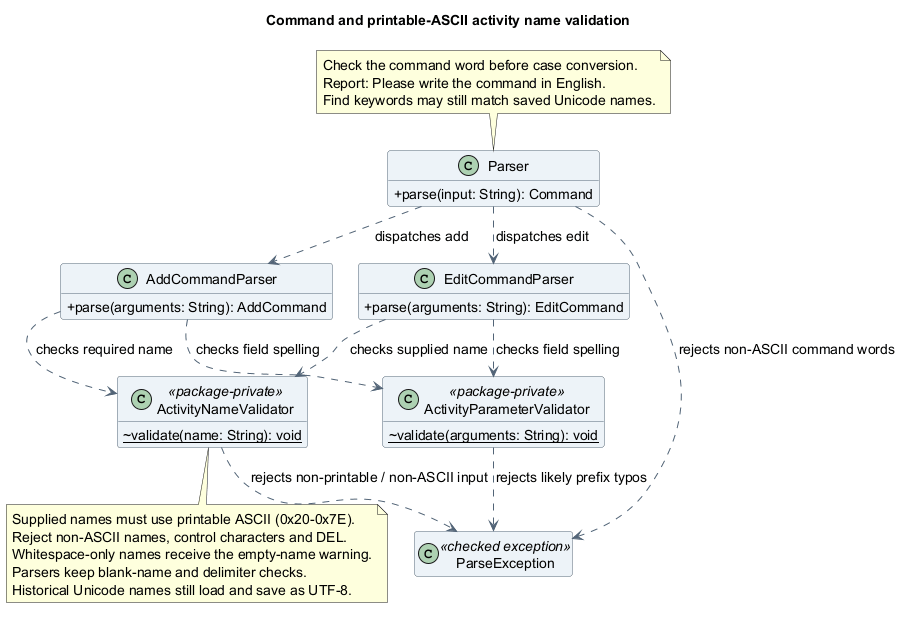
Earlier version of the PlantUML export docs/images/atharva/class/ActivityNameValidatorClassDiagram.png (AY2627S1-CS2113-T10-4/tp).
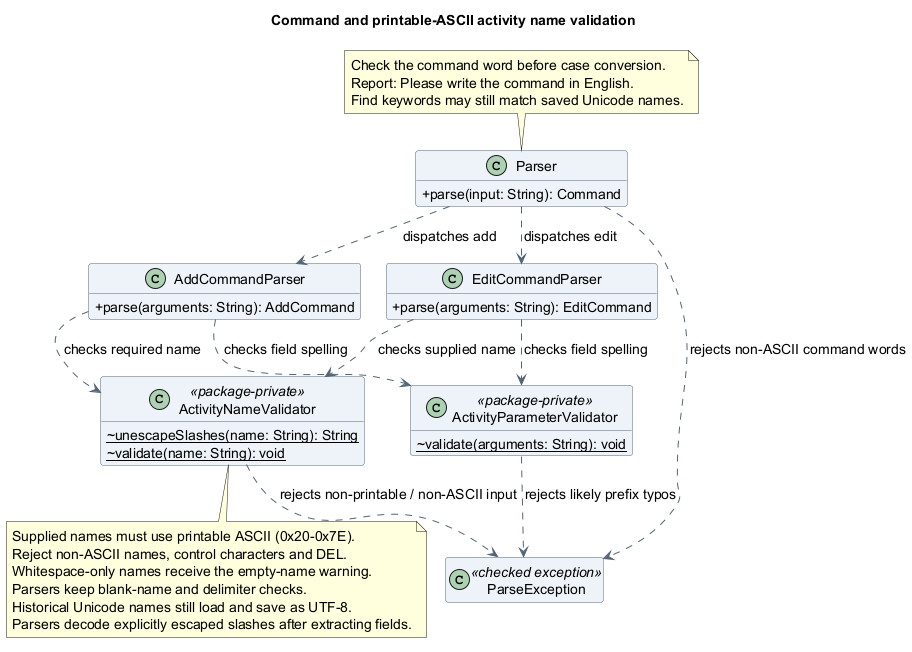
The same file after the commit.

Diff of the diagram source:
```diff
@@ -24,6 +24,7 @@
   ~{static} validate(arguments: String): void
 }
 class ActivityNameValidator <<package-private>> {
+  ~{static} unescapeSlashes(name: String): String
   ~{static} validate(name: String): void
 }
 class ParseException <<checked exception>>
@@ -50,5 +51,6 @@
   Whitespace-only names receive the empty-name warning.
   Parsers keep blank-name and delimiter checks.
   Historical Unicode names still load and save as UTF-8.
+  Parsers decode explicitly escaped slashes after extracting fields.
 end note
 @enduml
```
